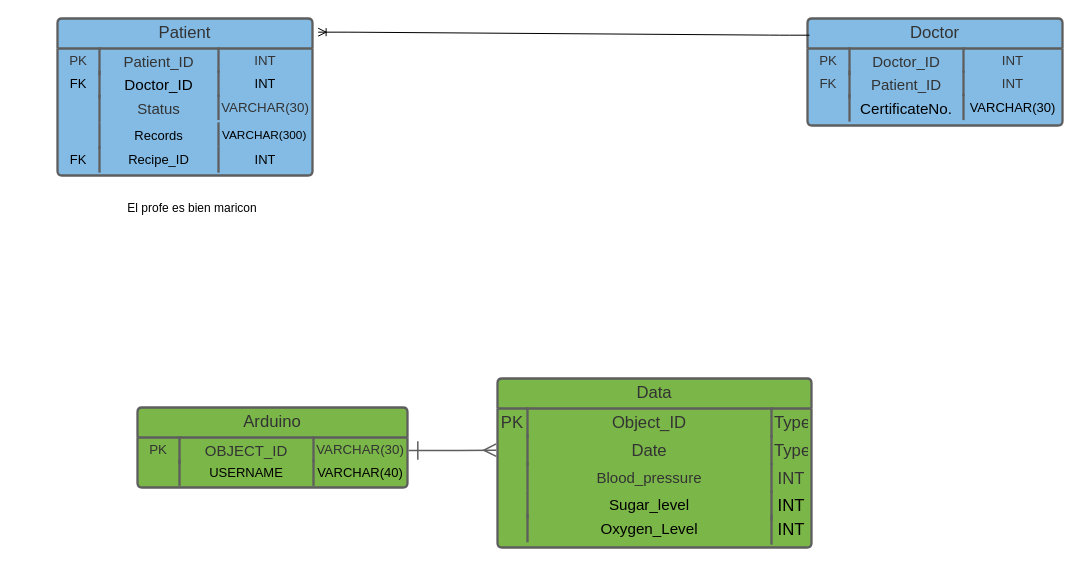
Above: Untitled Diagram.drawio in HostVital-IoT/BackEnd (draw.io), before the change. Source tidied: cells renumbered, new cells numbered last; positions are measured from the earlier drawing's top-left corner, leaving out a move shared by most shapes. Both pictures are drawn from the tidied source at 100%, with x=0, y=0 at pixel (17, 18).
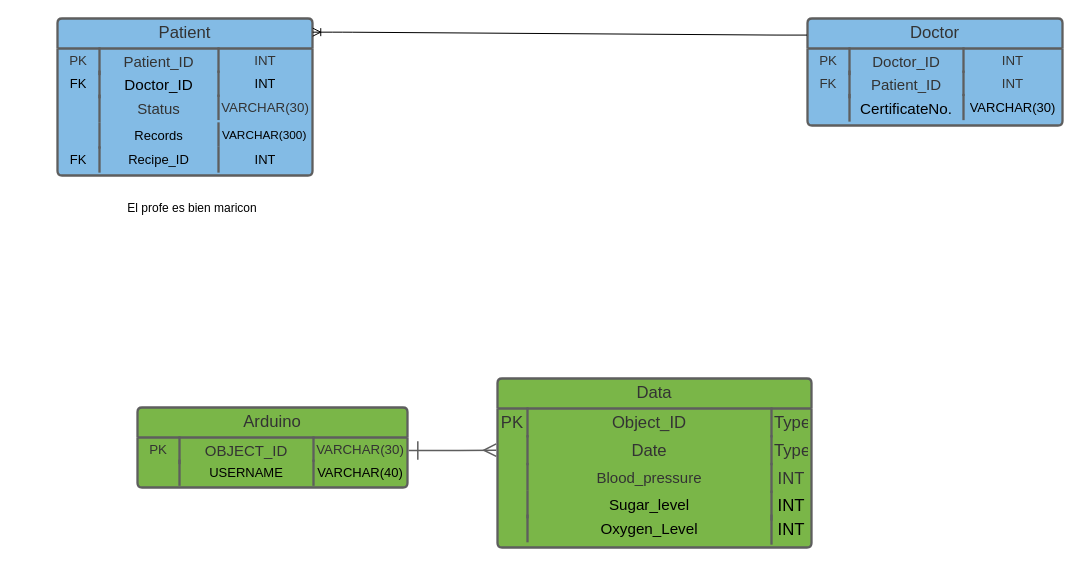
Above is the later version.

The change refers to these unchanged cells:
```xml
<mxCell id="2" value="Patient" style="html=1;overflow=block;blockSpacing=1;whiteSpace=wrap;swimlane;fontStyle=0;swimlaneFillColor=#83bbe5;startSize=30;whiteSpace=wrap;fontSize=16.7;fontColor=#333333;align=center;fillColor=#83bbe5;whiteSpace=wrap;spacing=0;strokeColor=#5e5e5e;strokeOpacity=100;fillOpacity=100;rounded=1;absoluteArcSize=1;arcSize=9;strokeWidth=2.3;" parent="1" vertex="1">
  <mxGeometry x="40" width="255" height="157" as="geometry" />
</mxCell>
<mxCell id="18" value="Doctor" style="html=1;overflow=block;blockSpacing=1;whiteSpace=wrap;swimlane;fontStyle=0;swimlaneFillColor=#83bbe5;startSize=30;whiteSpace=wrap;fontSize=16.7;fontColor=#333333;align=center;fillColor=#83bbe5;whiteSpace=wrap;spacing=0;strokeColor=#5e5e5e;strokeOpacity=100;fillOpacity=100;rounded=1;absoluteArcSize=1;arcSize=9;strokeWidth=2.3;" parent="1" vertex="1">
  <mxGeometry x="790" width="255" height="107" as="geometry" />
</mxCell>
```

Diff of the diagram source:
```diff
@@
-    <mxCell id="29" style="edgeStyle=entityRelationEdgeStyle;fontSize=12;html=1;endArrow=ERoneToMany;entryX=1.022;entryY=0.087;entryDx=0;entryDy=0;exitX=0.008;exitY=0.156;exitDx=0;exitDy=0;entryPerimeter=0;exitPerimeter=0;" parent="1" edge="1" source="18" target="2">
+    <mxCell id="29" style="edgeStyle=entityRelationEdgeStyle;fontSize=12;html=1;endArrow=ERoneToMany;entryX=1.001;entryY=0.087;entryDx=0;entryDy=0;exitX=-0.002;exitY=0.155;exitDx=0;exitDy=0;entryPerimeter=0;exitPerimeter=0;" parent="1" edge="1" source="18" target="2">
       <mxGeometry relative="1" as="geometry" />
     </mxCell>
```
